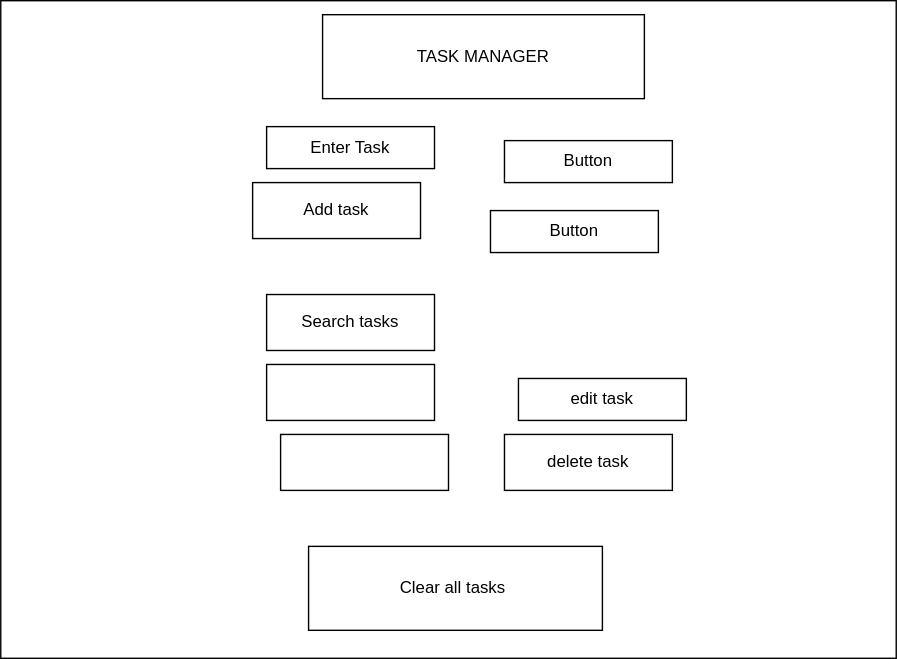
Earlier version of the draw.io export Untitled Diagram.drawio.svg (Mbenka22/alx_capstone_project). Source tidied: cells renumbered, new cells last; positions are measured from the earlier drawing's top-left corner, leaving out a move shared by most shapes. The source it was exported from:
```xml
<mxGraphModel>
  <root>
    <mxCell id="0" />
    <mxCell id="1" parent="0" />
    <mxCell id="2" style="rounded=0;whiteSpace=wrap;html=1;fontFamily=Comic Sans MS;labelBackgroundColor=#85A5FF;labelBorderColor=#B266FF;fontColor=#FF3399;" parent="1" vertex="1">
      <mxGeometry width="640" height="470" as="geometry" />
    </mxCell>
    <mxCell id="3" value="Enter Task" style="rounded=0;whiteSpace=wrap;html=1;" parent="1" vertex="1">
      <mxGeometry x="190" y="90" width="120" height="30" as="geometry" />
    </mxCell>
    <mxCell id="4" value="Add task" style="rounded=0;whiteSpace=wrap;html=1;" parent="1" vertex="1">
      <mxGeometry x="180" y="130" width="120" height="40" as="geometry" />
    </mxCell>
    <mxCell id="5" value="Button" style="rounded=0;whiteSpace=wrap;html=1;" parent="1" vertex="1">
      <mxGeometry x="360" y="100" width="120" height="30" as="geometry" />
    </mxCell>
    <mxCell id="6" value="Button" style="rounded=0;whiteSpace=wrap;html=1;" parent="1" vertex="1">
      <mxGeometry x="350" y="150" width="120" height="30" as="geometry" />
    </mxCell>
    <mxCell id="7" style="rounded=0;whiteSpace=wrap;html=1;" parent="1" vertex="1">
      <mxGeometry x="200" y="310" width="120" height="40" as="geometry" />
    </mxCell>
    <mxCell id="8" value="edit task" style="rounded=0;whiteSpace=wrap;html=1;" parent="1" vertex="1">
      <mxGeometry x="370" y="270" width="120" height="30" as="geometry" />
    </mxCell>
    <mxCell id="9" value="delete task" style="rounded=0;whiteSpace=wrap;html=1;" parent="1" vertex="1">
      <mxGeometry x="360" y="310" width="120" height="40" as="geometry" />
    </mxCell>
    <mxCell id="10" style="rounded=0;whiteSpace=wrap;html=1;" parent="1" vertex="1">
      <mxGeometry x="190" y="260" width="120" height="40" as="geometry" />
    </mxCell>
    <mxCell id="11" style="edgeStyle=orthogonalEdgeStyle;rounded=0;orthogonalLoop=1;jettySize=auto;html=1;exitX=0.5;exitY=1;exitDx=0;exitDy=0;" parent="1" edge="1" source="9" target="9">
      <mxGeometry relative="1" as="geometry" />
    </mxCell>
    <mxCell id="12" value="TASK MANAGER" style="rounded=0;whiteSpace=wrap;html=1;" parent="1" vertex="1">
      <mxGeometry x="230" y="10" width="230" height="60" as="geometry" />
    </mxCell>
    <mxCell id="13" value="Clear all tasks&amp;nbsp;" style="rounded=0;whiteSpace=wrap;html=1;" parent="1" vertex="1">
      <mxGeometry x="220" y="390" width="210" height="60" as="geometry" />
    </mxCell>
    <mxCell id="14" value="Search tasks" style="rounded=0;whiteSpace=wrap;html=1;" parent="1" vertex="1">
      <mxGeometry x="190" y="210" width="120" height="40" as="geometry" />
    </mxCell>
  </root>
</mxGraphModel>
```
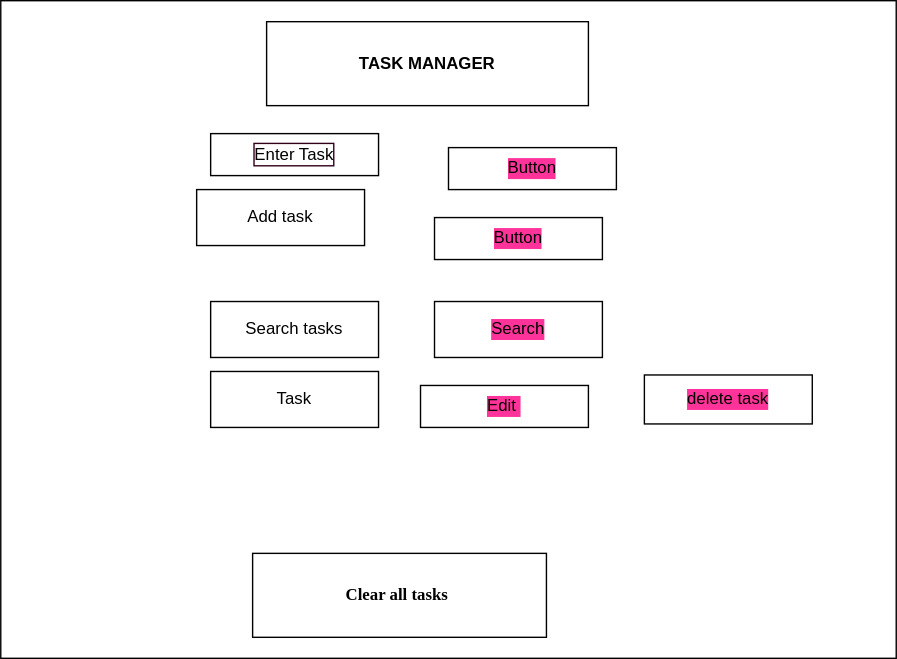
Later version of the same file.

What changed in the source:
```diff
@@ -2,44 +2,47 @@
   <root>
     <mxCell id="0" />
     <mxCell id="1" parent="0" />
-    <mxCell id="2" style="rounded=0;whiteSpace=wrap;html=1;fontFamily=Comic Sans MS;labelBackgroundColor=#85A5FF;labelBorderColor=#B266FF;fontColor=#FF3399;" parent="1" vertex="1">
-      <mxGeometry width="640" height="470" as="geometry" />
+    <mxCell id="2" style="rounded=0;whiteSpace=wrap;html=1;fontFamily=Comic Sans MS;labelBackgroundColor=#85A5FF;labelBorderColor=#B266FF;fontColor=#FF3399;fontSize=11;" parent="1" vertex="1">
+      <mxGeometry x="40" y="-5" width="640" height="470" as="geometry" />
     </mxCell>
-    <mxCell id="3" value="Enter Task" style="rounded=0;whiteSpace=wrap;html=1;" parent="1" vertex="1">
+    <mxCell id="3" value="Enter Task" style="rounded=0;whiteSpace=wrap;html=1;labelBorderColor=#33001A;" parent="1" vertex="1">
       <mxGeometry x="190" y="90" width="120" height="30" as="geometry" />
     </mxCell>
     <mxCell id="4" value="Add task" style="rounded=0;whiteSpace=wrap;html=1;" parent="1" vertex="1">
       <mxGeometry x="180" y="130" width="120" height="40" as="geometry" />
     </mxCell>
-    <mxCell id="5" value="Button" style="rounded=0;whiteSpace=wrap;html=1;" parent="1" vertex="1">
+    <mxCell id="5" value="Button" style="rounded=0;whiteSpace=wrap;html=1;labelBackgroundColor=#FF3399;" parent="1" vertex="1">
       <mxGeometry x="360" y="100" width="120" height="30" as="geometry" />
     </mxCell>
-    <mxCell id="6" value="Button" style="rounded=0;whiteSpace=wrap;html=1;" parent="1" vertex="1">
+    <mxCell id="6" value="Button" style="rounded=0;whiteSpace=wrap;html=1;labelBackgroundColor=#FF3399;" parent="1" vertex="1">
       <mxGeometry x="350" y="150" width="120" height="30" as="geometry" />
     </mxCell>
-    <mxCell id="7" style="rounded=0;whiteSpace=wrap;html=1;" parent="1" vertex="1">
-      <mxGeometry x="200" y="310" width="120" height="40" as="geometry" />
-    </mxCell>
-    <mxCell id="8" value="edit task" style="rounded=0;whiteSpace=wrap;html=1;" parent="1" vertex="1">
-      <mxGeometry x="370" y="270" width="120" height="30" as="geometry" />
+    <mxCell id="8" value="Edit&amp;nbsp;" style="rounded=0;whiteSpace=wrap;html=1;labelBackgroundColor=#FF3399;" parent="1" vertex="1">
+      <mxGeometry x="340" y="270" width="120" height="30" as="geometry" />
     </mxCell>
-    <mxCell id="9" value="delete task" style="rounded=0;whiteSpace=wrap;html=1;" parent="1" vertex="1">
-      <mxGeometry x="360" y="310" width="120" height="40" as="geometry" />
-    </mxCell>
-    <mxCell id="10" style="rounded=0;whiteSpace=wrap;html=1;" parent="1" vertex="1">
+    <mxCell id="10" value="Task" style="rounded=0;whiteSpace=wrap;html=1;" parent="1" vertex="1">
       <mxGeometry x="190" y="260" width="120" height="40" as="geometry" />
     </mxCell>
-    <mxCell id="11" style="edgeStyle=orthogonalEdgeStyle;rounded=0;orthogonalLoop=1;jettySize=auto;html=1;exitX=0.5;exitY=1;exitDx=0;exitDy=0;" parent="1" edge="1" source="9" target="9">
-      <mxGeometry relative="1" as="geometry" />
+    <mxCell id="11" style="edgeStyle=orthogonalEdgeStyle;rounded=0;orthogonalLoop=1;jettySize=auto;html=1;exitX=0.5;exitY=1;exitDx=0;exitDy=0;" parent="1" edge="1">
+      <mxGeometry relative="1" as="geometry">
+        <mxPoint x="540" y="305" as="sourcePoint" />
+        <mxPoint x="540" y="305" as="targetPoint" />
+      </mxGeometry>
     </mxCell>
-    <mxCell id="12" value="TASK MANAGER" style="rounded=0;whiteSpace=wrap;html=1;" parent="1" vertex="1">
+    <mxCell id="12" value="TASK MANAGER" style="rounded=0;whiteSpace=wrap;html=1;fontStyle=1;" parent="1" vertex="1">
       <mxGeometry x="230" y="10" width="230" height="60" as="geometry" />
     </mxCell>
-    <mxCell id="13" value="Clear all tasks&amp;nbsp;" style="rounded=0;whiteSpace=wrap;html=1;" parent="1" vertex="1">
+    <mxCell id="13" value="Clear all tasks&amp;nbsp;" style="rounded=0;whiteSpace=wrap;html=1;fontStyle=1;fontFamily=Lucida Console;" parent="1" vertex="1">
       <mxGeometry x="220" y="390" width="210" height="60" as="geometry" />
     </mxCell>
     <mxCell id="14" value="Search tasks" style="rounded=0;whiteSpace=wrap;html=1;" parent="1" vertex="1">
       <mxGeometry x="190" y="210" width="120" height="40" as="geometry" />
     </mxCell>
+    <mxCell id="15" value="Search" style="rounded=0;whiteSpace=wrap;html=1;fontColor=#000000;labelBackgroundColor=#FF3399;" parent="1" vertex="1">
+      <mxGeometry x="350" y="210" width="120" height="40" as="geometry" />
+    </mxCell>
+    <mxCell id="9" value="delete task" style="rounded=0;whiteSpace=wrap;html=1;labelBackgroundColor=#FF3399;" parent="1" vertex="1">
+      <mxGeometry x="500" y="262.5" width="120" height="35" as="geometry" />
+    </mxCell>
   </root>
 </mxGraphModel>
```
